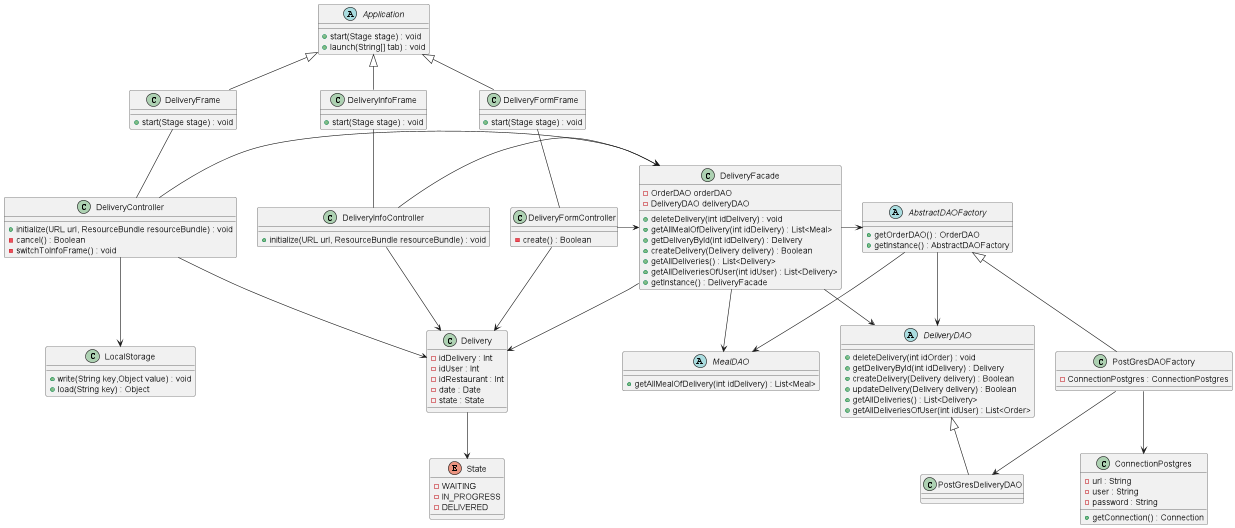
Above: diagrammes/Delivery/class-diagram-delivery.png in thmsfnr/Simplify (PlantUML), before the change.
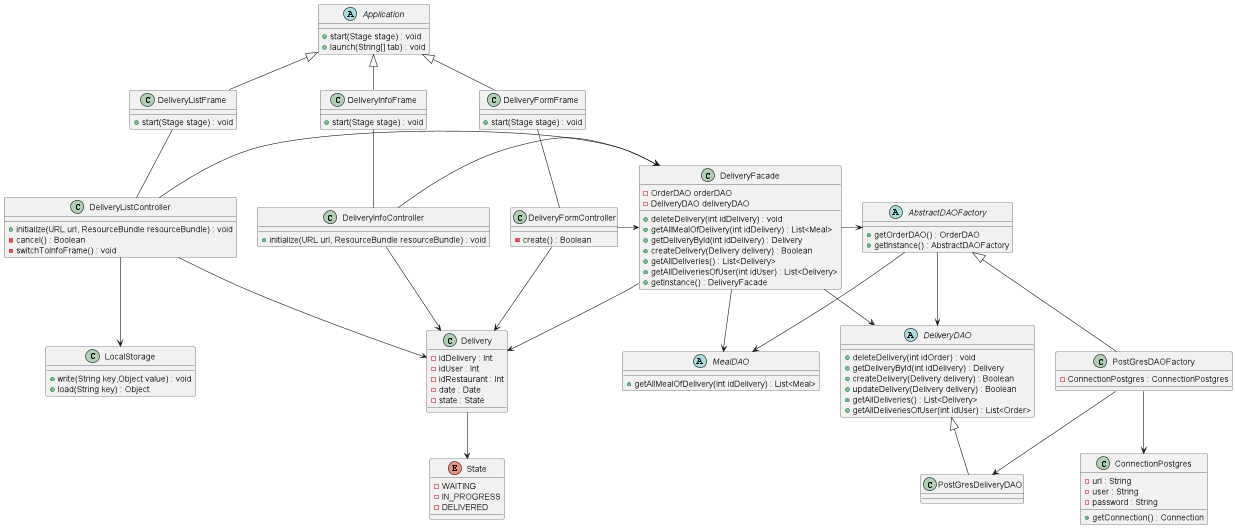
Above is the later version.

What changed in the source:
```diff
@@ -8,7 +8,7 @@
   + start(Stage stage) : void
 }
 
-class DeliveryFrame extends Application{
+class DeliveryListFrame extends Application{
   + start(Stage stage) : void
 }
 
@@ -17,7 +17,7 @@
   + launch(String[] tab) : void
 }
 
-class DeliveryController {
+class DeliveryListController {
   + initialize(URL url, ResourceBundle resourceBundle) : void
   - cancel() : Boolean
   - switchToInfoFrame() : void
@@ -94,18 +94,18 @@
  + load(String key) : Object
 }
 
-DeliveryController -> DeliveryFacade
+DeliveryListController -> DeliveryFacade
 DeliveryFormController -> DeliveryFacade
 DeliveryInfoController -> DeliveryFacade
 
-DeliveryController -> Delivery
+DeliveryListController -> Delivery
 DeliveryInfoController -> Delivery
 DeliveryFormController -> Delivery
 DeliveryFacade --> Delivery
 
-DeliveryController --> LocalStorage
+DeliveryListController --> LocalStorage
 
-DeliveryFrame -- DeliveryController
+DeliveryListFrame -- DeliveryListController
 DeliveryFormFrame -- DeliveryFormController
 DeliveryInfoFrame -- DeliveryInfoController
 
```
